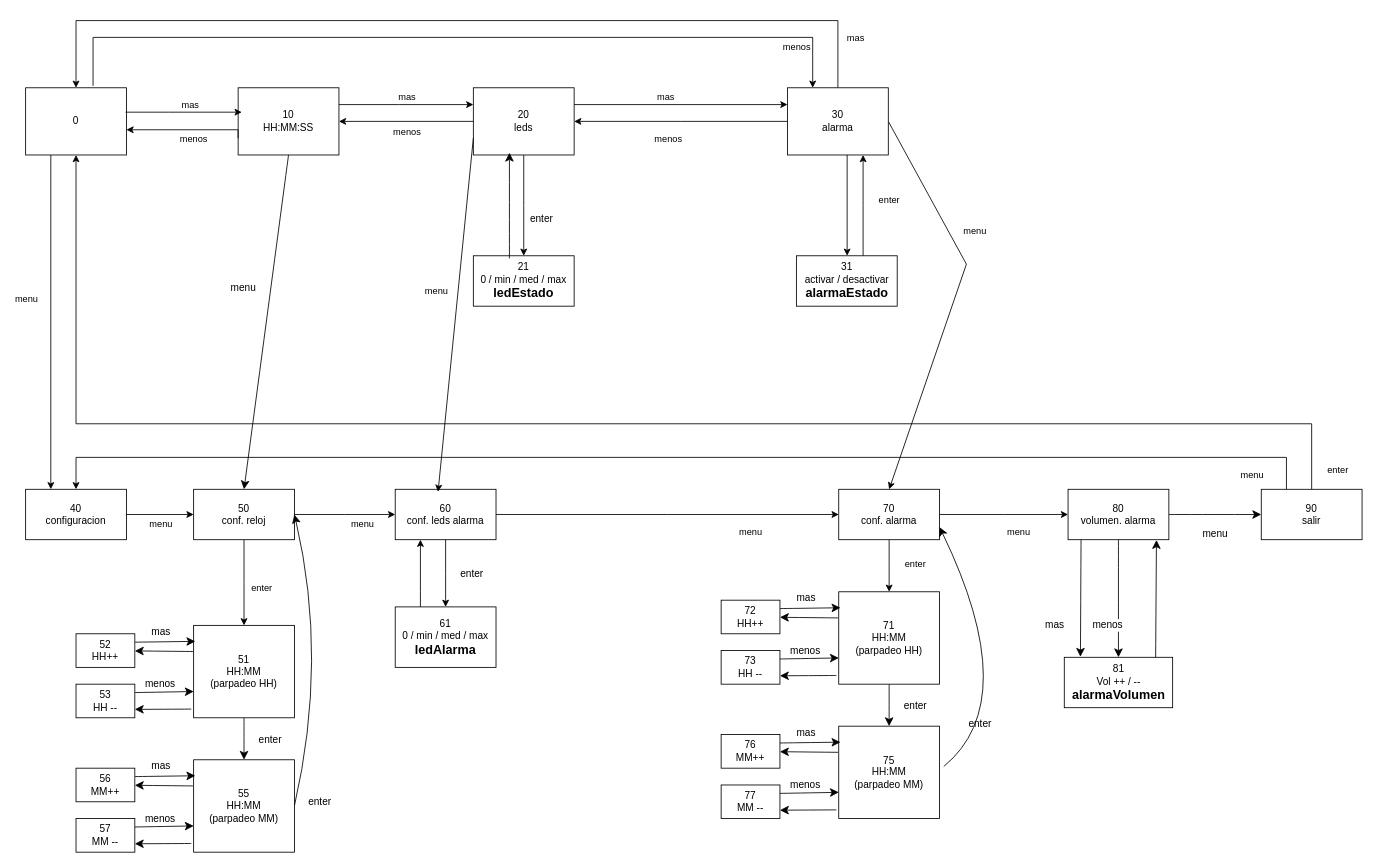
Before: page "menu - maqEstados" (3 of 3) of despertadorSolar.drawio in jormiDev/despertadorSolar, a draw.io diagram. Source tidied: cells renumbered, new cells numbered last; positions are measured from the earlier drawing's top-left corner, leaving out a move shared by most shapes. Both pictures are drawn from the tidied source at 84%, with x=0, y=0 at pixel (25, 20).
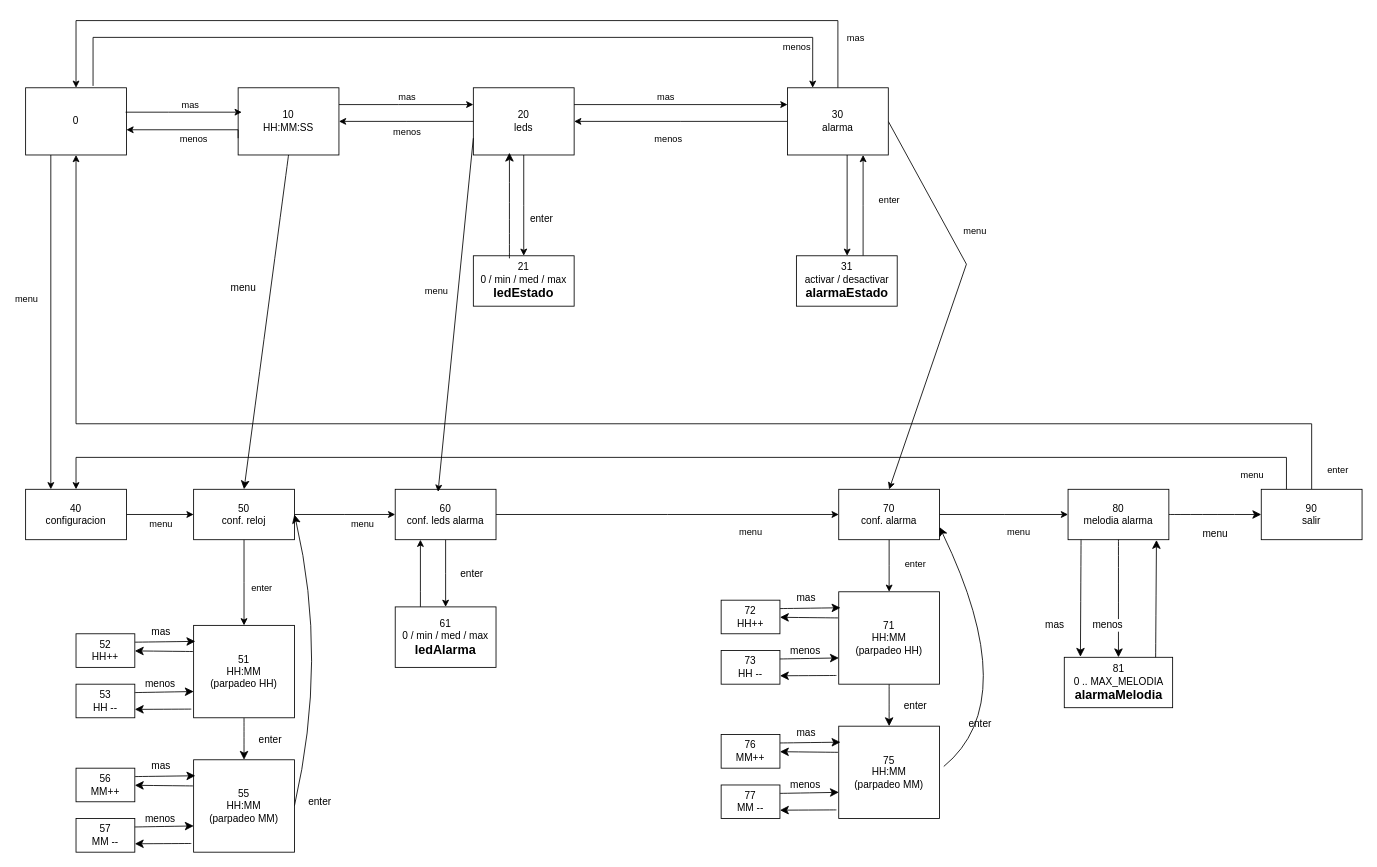
The same page after the edit.

The edit, as a diff of the source:
```diff
@@
-    <mxCell id="110" value="80&lt;div&gt;volumen. alarma&lt;/div&gt;" style="rounded=0;whiteSpace=wrap;html=1;" parent="1" vertex="1">
+    <mxCell id="110" value="80&lt;div&gt;melodia alarma&lt;/div&gt;" style="rounded=0;whiteSpace=wrap;html=1;" parent="1" vertex="1">
       <mxGeometry x="1241" y="558" width="120" height="60" as="geometry" />
     </mxCell>
@@
-    <mxCell id="112" value="81&lt;div&gt;Vol ++ / --&lt;/div&gt;&lt;div&gt;&lt;b&gt;&lt;font style=&quot;font-size: 15px;&quot;&gt;alarmaVolumen&lt;/font&gt;&lt;/b&gt;&lt;/div&gt;" style="whiteSpace=wrap;html=1;rounded=0;" parent="1" vertex="1">
+    <mxCell id="112" value="81&lt;div&gt;0 .. MAX_MELODIA&lt;/div&gt;&lt;div&gt;&lt;b&gt;&lt;font style=&quot;font-size: 15px;&quot;&gt;alarmaMelodia&lt;/font&gt;&lt;/b&gt;&lt;/div&gt;" style="whiteSpace=wrap;html=1;rounded=0;" parent="1" vertex="1">
       <mxGeometry x="1236.5" y="758" width="129" height="60" as="geometry" />
     </mxCell>
```
